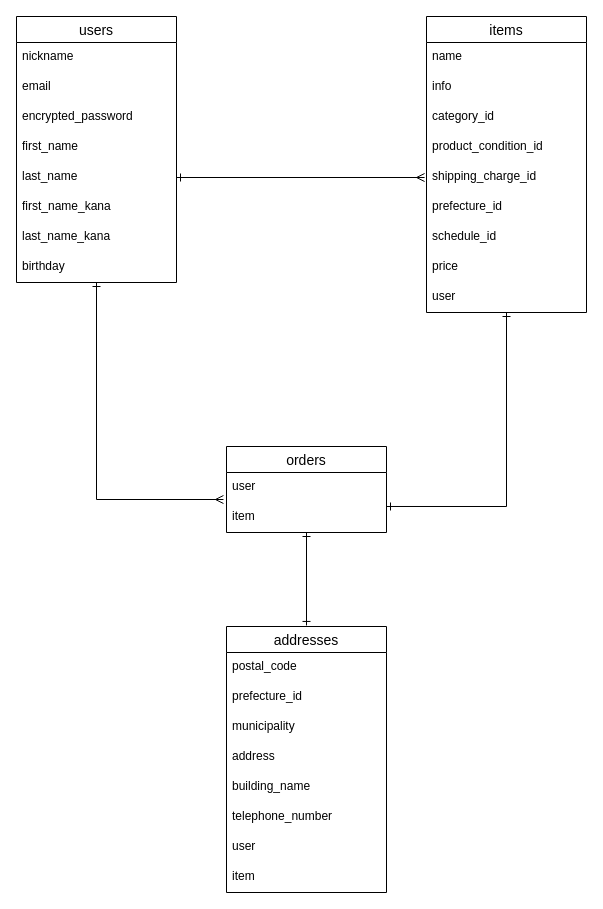
Above: furima37112.dio in yoshimihi6/furima-37112 (draw.io), before the change. Source tidied: cells renumbered, new cells numbered last; positions are measured from the earlier drawing's top-left corner, leaving out a move shared by most shapes. Both pictures are drawn from the tidied source at 100%, with x=0, y=0 at pixel (16, 16).
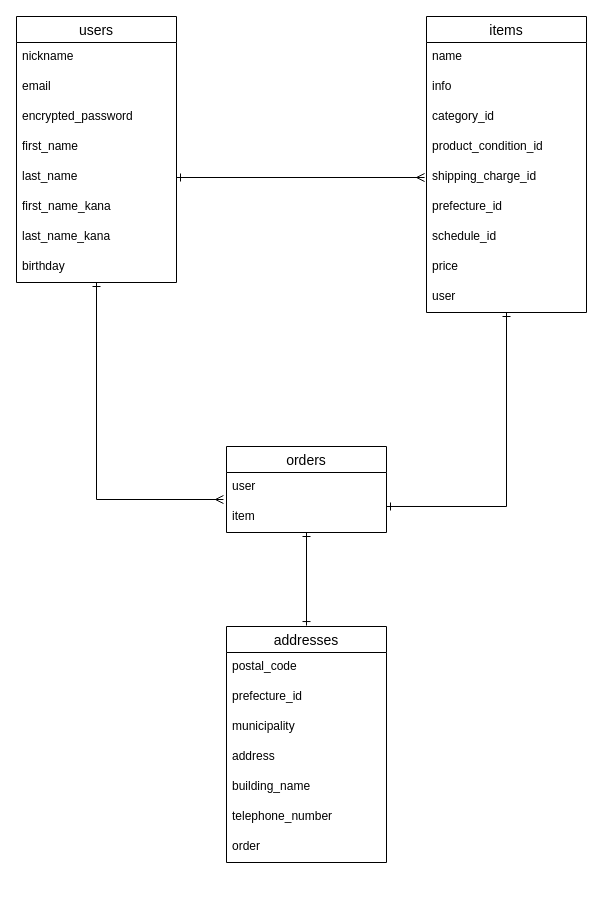
The same diagram, later.

The edit, as a diff of the source:
```diff
@@
     <mxCell id="27" value="addresses" style="swimlane;fontStyle=0;horizontal=1;startSize=26;align=center;fontSize=14;" parent="1" vertex="1">
-      <mxGeometry x="210" y="610" width="160" height="266" as="geometry" />
+      <mxGeometry x="210" y="610" width="160" height="236" as="geometry" />
     </mxCell>
@@
-    <mxCell id="34" value="user" style="text;strokeColor=none;fillColor=none;spacingLeft=4;spacingRight=4;overflow=hidden;fontSize=12;" parent="27" vertex="1">
+    <mxCell id="34" value="order" style="text;strokeColor=none;fillColor=none;spacingLeft=4;spacingRight=4;overflow=hidden;fontSize=12;" parent="27" vertex="1">
       <mxGeometry y="206" width="160" height="30" as="geometry" />
     </mxCell>
-    <mxCell id="35" value="item" style="text;strokeColor=none;fillColor=none;spacingLeft=4;spacingRight=4;overflow=hidden;fontSize=12;" parent="27" vertex="1">
-      <mxGeometry y="236" width="160" height="30" as="geometry" />
-    </mxCell>
```
